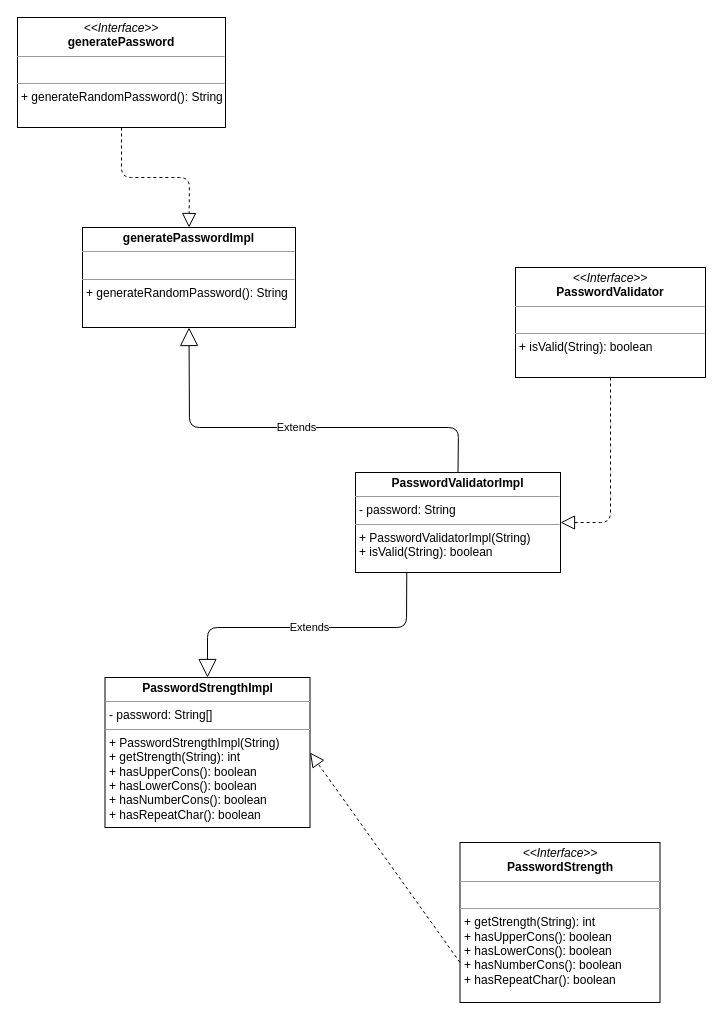
metaphori/students-oop20-di-santi-giovanni-conti-massimiliano-ercolani-francesco-cellot-davide-keepassj keeps this draw.io diagram as notes/design-password.drawio. Above is the earlier version. Source tidied: cells renumbered, new cells numbered last; positions are measured from the earlier drawing's top-left corner, leaving out a move shared by most shapes. Both pictures are drawn from the tidied source at 100%, with x=0, y=0 at pixel (17, 17).
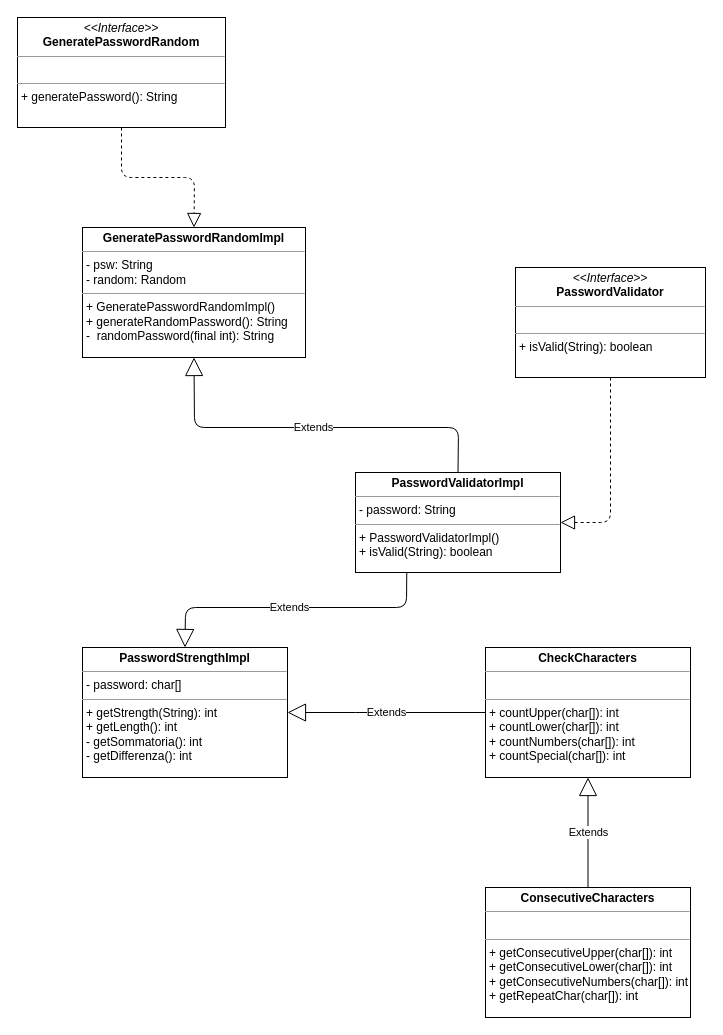
The same diagram, later.

Commit message:
Update design-password UML

The edit, as a diff of the source:
```diff
@@
-    <mxCell id="3" value="&lt;p style=&quot;margin: 0px ; margin-top: 4px ; text-align: center&quot;&gt;&lt;b&gt;PasswordStrengthImpl&lt;/b&gt;&lt;/p&gt;&lt;hr size=&quot;1&quot;&gt;&lt;p style=&quot;margin: 0px ; margin-left: 4px&quot;&gt;- password: String[]&lt;/p&gt;&lt;hr size=&quot;1&quot;&gt;&lt;p style=&quot;margin: 0px 0px 0px 4px&quot;&gt;+ PasswordStrengthImpl(String)&lt;/p&gt;&lt;p style=&quot;margin: 0px 0px 0px 4px&quot;&gt;+ getStrength(String): int&lt;br&gt;+ hasUpperCons(): boolean&lt;/p&gt;&lt;p style=&quot;margin: 0px 0px 0px 4px&quot;&gt;+ hasLowerCons(): boolean&lt;br&gt;&lt;/p&gt;&lt;p style=&quot;margin: 0px 0px 0px 4px&quot;&gt;+ hasNumberCons(): boolean&lt;/p&gt;&lt;p style=&quot;margin: 0px 0px 0px 4px&quot;&gt;+ hasRepeatChar(): boolean&lt;/p&gt;&lt;p style=&quot;margin: 0px 0px 0px 4px&quot;&gt;&lt;br&gt;&lt;/p&gt;" style="verticalAlign=top;align=left;overflow=fill;fontSize=12;fontFamily=Helvetica;html=1;" parent="1" vertex="1">
-      <mxGeometry x="87.5" y="660" width="205" height="150" as="geometry" />
+    <mxCell id="3" value="&lt;p style=&quot;margin: 0px ; margin-top: 4px ; text-align: center&quot;&gt;&lt;b&gt;PasswordStrengthImpl&lt;/b&gt;&lt;/p&gt;&lt;hr size=&quot;1&quot;&gt;&lt;p style=&quot;margin: 0px ; margin-left: 4px&quot;&gt;- password: char[]&lt;/p&gt;&lt;hr size=&quot;1&quot;&gt;&lt;p style=&quot;margin: 0px 0px 0px 4px&quot;&gt;+ getStrength(String): int&lt;/p&gt;&lt;p style=&quot;margin: 0px 0px 0px 4px&quot;&gt;+ getLength(): int&lt;/p&gt;&lt;p style=&quot;margin: 0px 0px 0px 4px&quot;&gt;- getSommatoria(): int&lt;/p&gt;&lt;p style=&quot;margin: 0px 0px 0px 4px&quot;&gt;- getDifferenza(): int&lt;/p&gt;&lt;p style=&quot;margin: 0px 0px 0px 4px&quot;&gt;&lt;br&gt;&lt;/p&gt;" style="verticalAlign=top;align=left;overflow=fill;fontSize=12;fontFamily=Helvetica;html=1;" parent="1" vertex="1">
+      <mxGeometry x="65" y="630" width="205" height="130" as="geometry" />
     </mxCell>
-    <mxCell id="4" value="&lt;p style=&quot;margin: 0px ; margin-top: 4px ; text-align: center&quot;&gt;&lt;i&gt;&amp;lt;&amp;lt;Interface&amp;gt;&amp;gt;&lt;/i&gt;&lt;br&gt;&lt;b&gt;PasswordStrength&lt;/b&gt;&lt;/p&gt;&lt;hr size=&quot;1&quot;&gt;&lt;p style=&quot;margin: 0px ; margin-left: 4px&quot;&gt;&lt;br&gt;&lt;/p&gt;&lt;hr size=&quot;1&quot;&gt;&lt;p style=&quot;margin: 0px ; margin-left: 4px&quot;&gt;+ getStrength(String): int&lt;br&gt;+ hasUpperCons(): boolean&lt;/p&gt;&lt;p style=&quot;margin: 0px ; margin-left: 4px&quot;&gt;+ hasLowerCons(): boolean&lt;br&gt;&lt;/p&gt;&lt;p style=&quot;margin: 0px ; margin-left: 4px&quot;&gt;+ hasNumberCons(): boolean&lt;br&gt;&lt;/p&gt;&lt;p style=&quot;margin: 0px ; margin-left: 4px&quot;&gt;+ hasRepeatChar(): boolean&lt;/p&gt;" style="verticalAlign=top;align=left;overflow=fill;fontSize=12;fontFamily=Helvetica;html=1;" parent="1" vertex="1">
-      <mxGeometry x="442.5" y="825" width="200" height="160" as="geometry" />
-    </mxCell>
-    <mxCell id="5" style="endArrow=block;dashed=1;endFill=0;endSize=12;html=1;exitX=0;exitY=0.75;exitDx=0;exitDy=0;entryX=1;entryY=0.5;entryDx=0;entryDy=0;" parent="1" edge="1" source="4" target="3">
-      <mxGeometry relative="1" as="geometry" />
-    </mxCell>
-    <mxCell id="6" value="&lt;p style=&quot;margin: 0px ; margin-top: 4px ; text-align: center&quot;&gt;&lt;b&gt;PasswordValidatorImpl&lt;/b&gt;&lt;/p&gt;&lt;hr size=&quot;1&quot;&gt;&lt;p style=&quot;margin: 0px ; margin-left: 4px&quot;&gt;- password: String&lt;/p&gt;&lt;hr size=&quot;1&quot;&gt;&lt;p style=&quot;margin: 0px 0px 0px 4px&quot;&gt;+ PasswordValidatorImpl(String)&lt;/p&gt;&lt;p style=&quot;margin: 0px 0px 0px 4px&quot;&gt;+ isValid(String): boolean&lt;/p&gt;" style="verticalAlign=top;align=left;overflow=fill;fontSize=12;fontFamily=Helvetica;html=1;" parent="1" vertex="1">
+    <mxCell id="6" value="&lt;p style=&quot;margin: 0px ; margin-top: 4px ; text-align: center&quot;&gt;&lt;b&gt;PasswordValidatorImpl&lt;/b&gt;&lt;/p&gt;&lt;hr size=&quot;1&quot;&gt;&lt;p style=&quot;margin: 0px ; margin-left: 4px&quot;&gt;- password: String&lt;/p&gt;&lt;hr size=&quot;1&quot;&gt;&lt;p style=&quot;margin: 0px 0px 0px 4px&quot;&gt;+ PasswordValidatorImpl()&lt;/p&gt;&lt;p style=&quot;margin: 0px 0px 0px 4px&quot;&gt;+ isValid(String): boolean&lt;/p&gt;" style="verticalAlign=top;align=left;overflow=fill;fontSize=12;fontFamily=Helvetica;html=1;" parent="1" vertex="1">
       <mxGeometry x="338" y="455" width="205" height="100" as="geometry" />
     </mxCell>
-    <mxCell id="7" value="&lt;p style=&quot;margin: 0px ; margin-top: 4px ; text-align: center&quot;&gt;&lt;i&gt;&amp;lt;&amp;lt;Interface&amp;gt;&amp;gt;&lt;/i&gt;&lt;br&gt;&lt;b&gt;generatePassword&lt;/b&gt;&lt;/p&gt;&lt;hr size=&quot;1&quot;&gt;&lt;p style=&quot;margin: 0px ; margin-left: 4px&quot;&gt;&lt;br&gt;&lt;/p&gt;&lt;hr size=&quot;1&quot;&gt;&lt;p style=&quot;margin: 0px ; margin-left: 4px&quot;&gt;+ generateRandomPassword(): String&lt;br&gt;&lt;/p&gt;" style="verticalAlign=top;align=left;overflow=fill;fontSize=12;fontFamily=Helvetica;html=1;" parent="1" vertex="1">
+    <mxCell id="7" value="&lt;p style=&quot;margin: 0px ; margin-top: 4px ; text-align: center&quot;&gt;&lt;i&gt;&amp;lt;&amp;lt;Interface&amp;gt;&amp;gt;&lt;/i&gt;&lt;br&gt;&lt;b&gt;GeneratePasswordRandom&lt;/b&gt;&lt;/p&gt;&lt;hr size=&quot;1&quot;&gt;&lt;p style=&quot;margin: 0px ; margin-left: 4px&quot;&gt;&lt;br&gt;&lt;/p&gt;&lt;hr size=&quot;1&quot;&gt;&lt;p style=&quot;margin: 0px ; margin-left: 4px&quot;&gt;+ generatePassword(): String&lt;br&gt;&lt;/p&gt;" style="verticalAlign=top;align=left;overflow=fill;fontSize=12;fontFamily=Helvetica;html=1;" parent="1" vertex="1">
       <mxGeometry width="208" height="110" as="geometry" />
     </mxCell>
-    <mxCell id="8" value="&lt;p style=&quot;margin: 0px ; margin-top: 4px ; text-align: center&quot;&gt;&lt;b&gt;generatePasswordImpl&lt;/b&gt;&lt;/p&gt;&lt;hr size=&quot;1&quot;&gt;&lt;p style=&quot;margin: 0px ; margin-left: 4px&quot;&gt;&lt;br&gt;&lt;/p&gt;&lt;hr size=&quot;1&quot;&gt;&lt;p style=&quot;margin: 0px 0px 0px 4px&quot;&gt;+ generateRandomPassword(): String&lt;/p&gt;" style="verticalAlign=top;align=left;overflow=fill;fontSize=12;fontFamily=Helvetica;html=1;" parent="1" vertex="1">
-      <mxGeometry x="65" y="210" width="213" height="100" as="geometry" />
+    <mxCell id="8" value="&lt;p style=&quot;margin: 0px ; margin-top: 4px ; text-align: center&quot;&gt;&lt;b&gt;GeneratePasswordRandomImpl&lt;/b&gt;&lt;/p&gt;&lt;hr size=&quot;1&quot;&gt;&lt;p style=&quot;margin: 0px ; margin-left: 4px&quot;&gt;- psw: String&lt;/p&gt;&lt;p style=&quot;margin: 0px ; margin-left: 4px&quot;&gt;- random: Random&lt;/p&gt;&lt;hr size=&quot;1&quot;&gt;&lt;p style=&quot;margin: 0px 0px 0px 4px&quot;&gt;+ GeneratePasswordRandomImpl()&lt;/p&gt;&lt;p style=&quot;margin: 0px 0px 0px 4px&quot;&gt;+ generateRandomPassword(): String&lt;/p&gt;&lt;p style=&quot;margin: 0px 0px 0px 4px&quot;&gt;-&amp;nbsp; randomPassword(final int): String&lt;/p&gt;" style="verticalAlign=top;align=left;overflow=fill;fontSize=12;fontFamily=Helvetica;html=1;" parent="1" vertex="1">
+      <mxGeometry x="65" y="210" width="223" height="130" as="geometry" />
     </mxCell>
     <mxCell id="9" style="endArrow=block;dashed=1;endFill=0;endSize=12;html=1;exitX=0.5;exitY=1;exitDx=0;exitDy=0;entryX=0.5;entryY=0;entryDx=0;entryDy=0;" parent="1" edge="1" source="7" target="8">
       <mxGeometry relative="1" as="geometry">
         <Array as="points">
           <mxPoint x="104" y="160" />
-          <mxPoint x="172" y="160" />
+          <mxPoint x="177" y="160" />
         </Array>
       </mxGeometry>
     </mxCell>
     <mxCell id="10" value="Extends" style="endArrow=block;endSize=16;endFill=0;html=1;exitX=0.5;exitY=0;exitDx=0;exitDy=0;entryX=0.5;entryY=1;entryDx=0;entryDy=0;" parent="1" edge="1" source="6" target="8">
       <mxGeometry relative="1" as="geometry">
         <Array as="points">
           <mxPoint x="441" y="410" />
-          <mxPoint x="172" y="410" />
+          <mxPoint x="177" y="410" />
         </Array>
       </mxGeometry>
     </mxCell>
     <mxCell id="11" value="Extends" style="endArrow=block;endSize=16;endFill=0;html=1;exitX=0.25;exitY=1;exitDx=0;exitDy=0;entryX=0.5;entryY=0;entryDx=0;entryDy=0;" parent="1" edge="1" source="6" target="3">
-      <mxGeometry relative="1" as="geometry">
+      <mxGeometry x="0.03" relative="1" as="geometry">
         <Array as="points">
-          <mxPoint x="389" y="610" />
-          <mxPoint x="190" y="610" />
+          <mxPoint x="389" y="590" />
+          <mxPoint x="168" y="590" />
         </Array>
       </mxGeometry>
     </mxCell>
@@
+    <mxCell id="13" value="&lt;p style=&quot;margin: 0px ; margin-top: 4px ; text-align: center&quot;&gt;&lt;b&gt;CheckCharacters&lt;/b&gt;&lt;/p&gt;&lt;hr size=&quot;1&quot;&gt;&lt;p style=&quot;margin: 0px ; margin-left: 4px&quot;&gt;&lt;br&gt;&lt;/p&gt;&lt;hr size=&quot;1&quot;&gt;&lt;p style=&quot;margin: 0px 0px 0px 4px&quot;&gt;+ countUpper(char[]): int&lt;/p&gt;&lt;p style=&quot;margin: 0px 0px 0px 4px&quot;&gt;+ countLower(char[]): int&lt;br&gt;&lt;/p&gt;&lt;p style=&quot;margin: 0px 0px 0px 4px&quot;&gt;+ countNumbers(char[]): int&lt;br&gt;&lt;/p&gt;&lt;p style=&quot;margin: 0px 0px 0px 4px&quot;&gt;+ countSpecial(char[]): int&lt;br&gt;&lt;/p&gt;&lt;p style=&quot;margin: 0px 0px 0px 4px&quot;&gt;&lt;br&gt;&lt;/p&gt;" style="verticalAlign=top;align=left;overflow=fill;fontSize=12;fontFamily=Helvetica;html=1;" parent="1" vertex="1">
+      <mxGeometry x="468" y="630" width="205" height="130" as="geometry" />
+    </mxCell>
+    <mxCell id="14" value="&lt;p style=&quot;margin: 0px ; margin-top: 4px ; text-align: center&quot;&gt;&lt;b&gt;ConsecutiveCharacters&lt;/b&gt;&lt;/p&gt;&lt;hr size=&quot;1&quot;&gt;&lt;p style=&quot;margin: 0px ; margin-left: 4px&quot;&gt;&lt;br&gt;&lt;/p&gt;&lt;hr size=&quot;1&quot;&gt;&lt;p style=&quot;margin: 0px 0px 0px 4px&quot;&gt;+ getConsecutiveUpper(char[]): int&lt;/p&gt;&lt;p style=&quot;margin: 0px 0px 0px 4px&quot;&gt;+ getConsecutiveLower(char[]): int&lt;br&gt;&lt;/p&gt;&lt;p style=&quot;margin: 0px 0px 0px 4px&quot;&gt;+ getConsecutiveNumbers(char[]): int&lt;br&gt;&lt;/p&gt;&lt;p style=&quot;margin: 0px 0px 0px 4px&quot;&gt;+ getRepeatChar(char[]): int&lt;br&gt;&lt;/p&gt;&lt;p style=&quot;margin: 0px 0px 0px 4px&quot;&gt;&lt;br&gt;&lt;/p&gt;" style="verticalAlign=top;align=left;overflow=fill;fontSize=12;fontFamily=Helvetica;html=1;" parent="1" vertex="1">
+      <mxGeometry x="468" y="870" width="205" height="130" as="geometry" />
+    </mxCell>
+    <mxCell id="15" value="Extends" style="endArrow=block;endSize=16;endFill=0;html=1;entryX=1;entryY=0.5;entryDx=0;entryDy=0;exitX=0;exitY=0.5;exitDx=0;exitDy=0;" parent="1" edge="1" source="13" target="3">
+      <mxGeometry relative="1" as="geometry">
+        <Array as="points">
+          <mxPoint x="348" y="695" />
+        </Array>
+      </mxGeometry>
+    </mxCell>
+    <mxCell id="16" value="Extends" style="endArrow=block;endSize=16;endFill=0;html=1;exitX=0.5;exitY=0;exitDx=0;exitDy=0;entryX=0.5;entryY=1;entryDx=0;entryDy=0;" parent="1" edge="1" source="14" target="13">
+      <mxGeometry relative="1" as="geometry" />
+    </mxCell>
```
